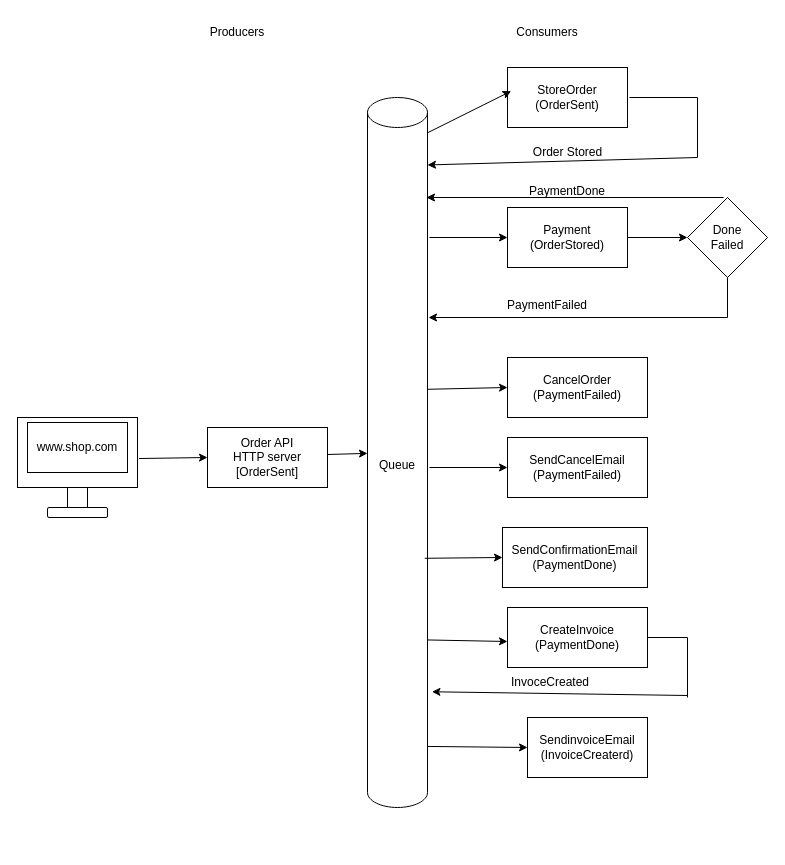
The draw.io diagram episode-002/model.drawio in olbrichattila/edatutorial, before the edit. Source tidied: cells renumbered, new cells numbered last; positions are measured from the earlier drawing's top-left corner, leaving out a move shared by most shapes. Both pictures are drawn from the tidied source at 100%, with x=0, y=0 at pixel (17, 17).
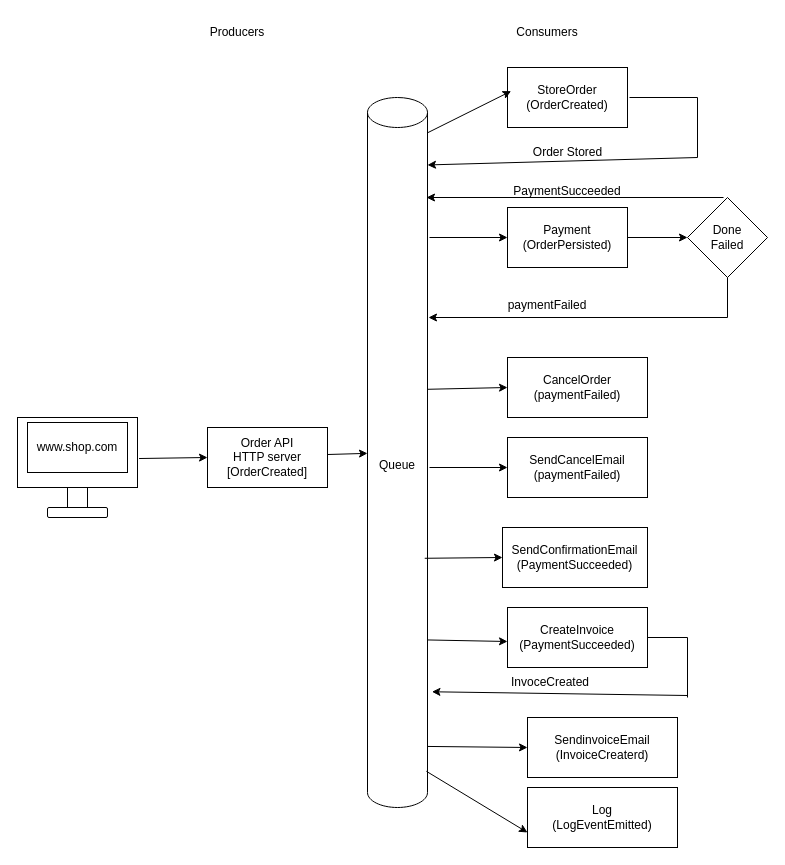
After the change.

Unchanged cells that the change refers to:
```xml
<mxCell id="4" value="Queue" style="shape=cylinder3;whiteSpace=wrap;html=1;boundedLbl=1;backgroundOutline=1;size=15;" parent="1" vertex="1">
  <mxGeometry x="350" y="80" width="60" height="710" as="geometry" />
</mxCell>
```

Diff of the diagram source:
```diff
@@
-    <mxCell id="2" value="Order API&lt;br&gt;HTTP server&lt;div&gt;&lt;font color=&quot;#000000&quot;&gt;[OrderSent]&lt;/font&gt;&lt;/div&gt;" style="rounded=0;whiteSpace=wrap;html=1;" parent="1" vertex="1">
+    <mxCell id="2" value="Order API&lt;br&gt;HTTP server&lt;div&gt;&lt;font color=&quot;#000000&quot;&gt;[OrderCreated]&lt;/font&gt;&lt;/div&gt;" style="rounded=0;whiteSpace=wrap;html=1;" parent="1" vertex="1">
       <mxGeometry x="190" y="410" width="120" height="60" as="geometry" />
     </mxCell>
@@
-    <mxCell id="5" value="StoreOrder&lt;br&gt;(OrderSent)" style="rounded=0;whiteSpace=wrap;html=1;" parent="1" vertex="1">
+    <mxCell id="5" value="StoreOrder&lt;br&gt;(OrderCreated)" style="rounded=0;whiteSpace=wrap;html=1;" parent="1" vertex="1">
       <mxGeometry x="490" y="50" width="120" height="60" as="geometry" />
     </mxCell>
@@
-    <mxCell id="10" value="Payment&lt;div&gt;(OrderStored)&lt;/div&gt;" style="rounded=0;whiteSpace=wrap;html=1;" parent="1" vertex="1">
+    <mxCell id="10" value="Payment&lt;div&gt;(OrderPersisted)&lt;/div&gt;" style="rounded=0;whiteSpace=wrap;html=1;" parent="1" vertex="1">
       <mxGeometry x="490" y="190" width="120" height="60" as="geometry" />
     </mxCell>
@@
-    <mxCell id="17" value="PaymentFailed" style="text;html=1;align=center;verticalAlign=middle;whiteSpace=wrap;rounded=0;" parent="1" vertex="1">
+    <mxCell id="17" value="paymentFailed" style="text;html=1;align=center;verticalAlign=middle;whiteSpace=wrap;rounded=0;" parent="1" vertex="1">
       <mxGeometry x="500" y="273" width="60" height="30" as="geometry" />
     </mxCell>
-    <mxCell id="18" value="PaymentDone" style="text;html=1;align=center;verticalAlign=middle;whiteSpace=wrap;rounded=0;" parent="1" vertex="1">
+    <mxCell id="18" value="PaymentSucceeded" style="text;html=1;align=center;verticalAlign=middle;whiteSpace=wrap;rounded=0;" parent="1" vertex="1">
       <mxGeometry x="520" y="160" width="60" height="27" as="geometry" />
     </mxCell>
-    <mxCell id="19" value="CancelOrder&lt;br&gt;(PaymentFailed)" style="rounded=0;whiteSpace=wrap;html=1;" parent="1" vertex="1">
+    <mxCell id="19" value="CancelOrder&lt;br&gt;(paymentFailed)" style="rounded=0;whiteSpace=wrap;html=1;" parent="1" vertex="1">
       <mxGeometry x="490" y="340" width="140" height="60" as="geometry" />
     </mxCell>
-    <mxCell id="20" value="SendCancelEmail&lt;div&gt;(PaymentFailed)&lt;/div&gt;" style="rounded=0;whiteSpace=wrap;html=1;" parent="1" vertex="1">
+    <mxCell id="20" value="SendCancelEmail&lt;div&gt;(paymentFailed)&lt;/div&gt;" style="rounded=0;whiteSpace=wrap;html=1;" parent="1" vertex="1">
       <mxGeometry x="490" y="420" width="140" height="60" as="geometry" />
     </mxCell>
@@
-    <mxCell id="23" value="SendConfirmationEmail&lt;div&gt;(PaymentDone)&lt;/div&gt;" style="rounded=0;whiteSpace=wrap;html=1;" parent="1" vertex="1">
+    <mxCell id="23" value="SendConfirmationEmail&lt;div&gt;(PaymentSucceeded)&lt;/div&gt;" style="rounded=0;whiteSpace=wrap;html=1;" parent="1" vertex="1">
       <mxGeometry x="485" y="510" width="145" height="60" as="geometry" />
     </mxCell>
@@
-    <mxCell id="25" value="CreateInvoice&lt;div&gt;(PaymentDone)&lt;/div&gt;" style="rounded=0;whiteSpace=wrap;html=1;" parent="1" vertex="1">
+    <mxCell id="25" value="CreateInvoice&lt;div&gt;(PaymentSucceeded)&lt;/div&gt;" style="rounded=0;whiteSpace=wrap;html=1;" parent="1" vertex="1">
       <mxGeometry x="490" y="590" width="140" height="60" as="geometry" />
     </mxCell>
@@
     <mxCell id="33" value="SendinvoiceEmail&lt;div&gt;(InvoiceCreaterd)&lt;/div&gt;" style="rounded=0;whiteSpace=wrap;html=1;" parent="1" vertex="1">
-      <mxGeometry x="510" y="700" width="120" height="60" as="geometry" />
+      <mxGeometry x="510" y="700" width="150" height="60" as="geometry" />
     </mxCell>
@@
+    <mxCell id="41" value="Log&lt;div&gt;(LogEventEmitted)&lt;/div&gt;" style="rounded=0;whiteSpace=wrap;html=1;" parent="1" vertex="1">
+      <mxGeometry x="510" y="770" width="150" height="60" as="geometry" />
+    </mxCell>
+    <mxCell id="42" style="endArrow=classic;html=1;entryX=0;entryY=0.75;entryDx=0;entryDy=0;exitX=0.981;exitY=0.949;exitDx=0;exitDy=0;exitPerimeter=0;" parent="1" edge="1" source="4" target="41">
+      <mxGeometry relative="1" as="geometry" />
+    </mxCell>
```
